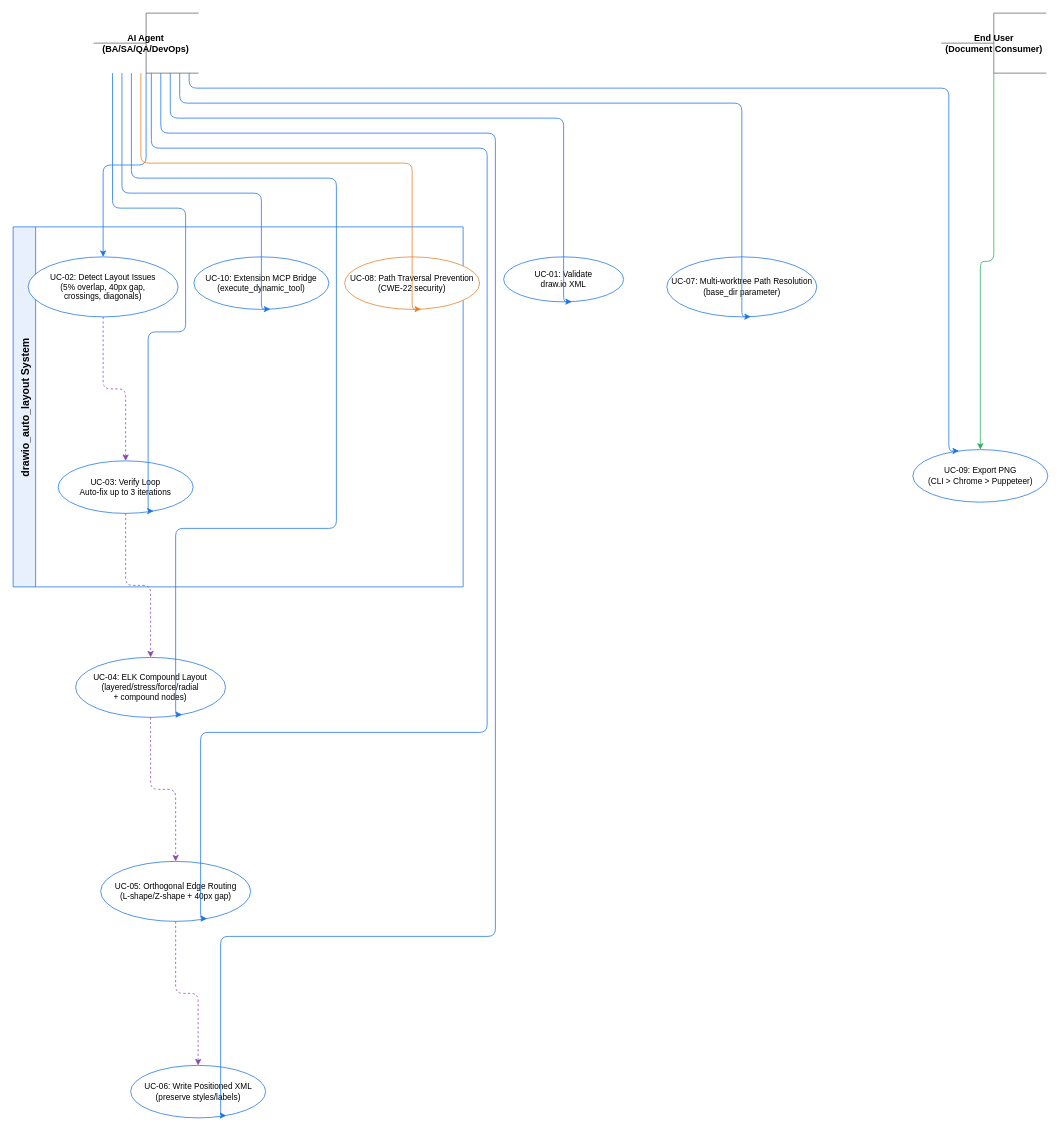
Earlier version of the draw.io diagram documents/SA4E-406/diagrams/use-case.drawio (dnguyenminh/SDLC-Agents-4-Enteprise). Source tidied: cells renumbered, new cells numbered last; positions are measured from the earlier drawing's top-left corner, leaving out a move shared by most shapes. Both pictures are drawn from the tidied source at 75%, with x=0, y=0 at pixel (13, 13).
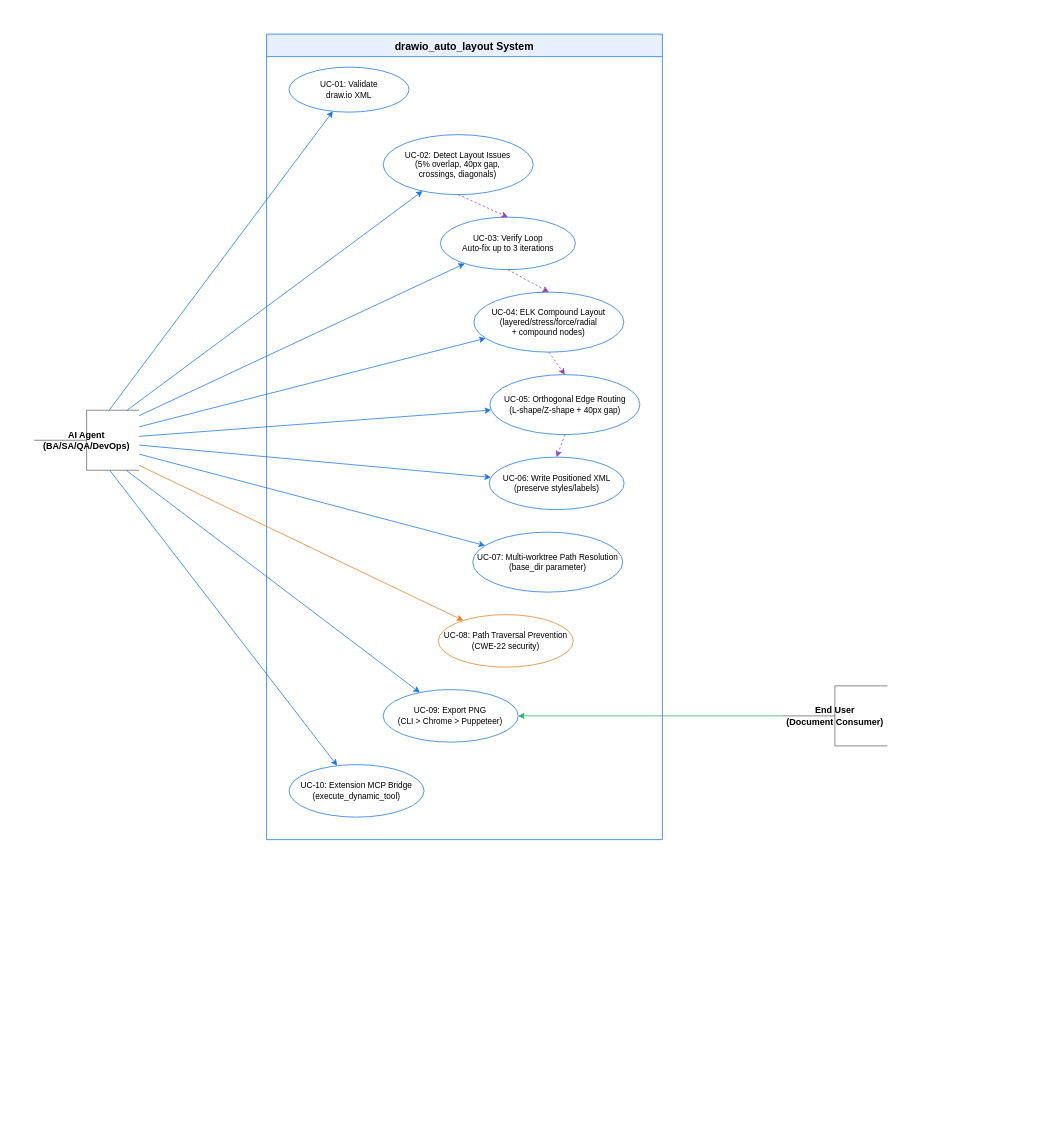
After the change.

Change to the diagram source:
```diff
@@
     <mxCell id="2" value="AI Agent&#10;(BA/SA/QA/DevOps)" style="shape=mxgraph.flowchart.annotation_2;whiteSpace=wrap;html=1;fillColor=#f5f5f5;strokeColor=#666666;fontSize=12;fontStyle=1;" parent="1" vertex="1">
-      <mxGeometry x="107.3" width="140" height="80" as="geometry" />
+      <mxGeometry x="28" y="529.5" width="140" height="80" as="geometry" />
     </mxCell>
     <mxCell id="3" value="End User&#10;(Document Consumer)" style="shape=mxgraph.flowchart.annotation_2;whiteSpace=wrap;html=1;fillColor=#f5f5f5;strokeColor=#666666;fontSize=12;fontStyle=1;" parent="1" vertex="1">
-      <mxGeometry x="1237.6" width="140" height="80" as="geometry" />
+      <mxGeometry x="1025.7" y="897" width="140" height="80" as="geometry" />
     </mxCell>
-    <mxCell id="4" value="drawio_auto_layout System" style="swimlane;startSize=30;horizontal=0;fillColor=#e8f0fe;strokeColor=#1a73e8;fontSize=14;fontStyle=1;" parent="1" vertex="1">
-      <mxGeometry y="285" width="600" height="480" as="geometry" />
+    <mxCell id="4" value="drawio_auto_layout System" style="swimlane;startSize=30;fillColor=#e8f0fe;strokeColor=#1a73e8;fontSize=14;fontStyle=1;" parent="1" vertex="1">
+      <mxGeometry x="337.9" y="28" width="527.8" height="1074" as="geometry" />
     </mxCell>
     <mxCell id="5" value="UC-01: Validate&#10;draw.io XML" style="ellipse;whiteSpace=wrap;html=1;fillColor=#fff;strokeColor=#1a73e8;fontSize=11;" parent="4" vertex="1">
-      <mxGeometry x="654" y="40" width="160" height="60" as="geometry" />
+      <mxGeometry x="30" y="44" width="160" height="60" as="geometry" />
     </mxCell>
     <mxCell id="6" value="UC-02: Detect Layout Issues&#10;(5% overlap, 40px gap,&#10;crossings, diagonals)" style="ellipse;whiteSpace=wrap;html=1;fillColor=#fff;strokeColor=#1a73e8;fontSize=11;" parent="4" vertex="1">
-      <mxGeometry x="20" y="40" width="200" height="80" as="geometry" />
+      <mxGeometry x="155.5" y="134" width="200" height="80" as="geometry" />
     </mxCell>
     <mxCell id="7" value="UC-03: Verify Loop&#10;Auto-fix up to 3 iterations" style="ellipse;whiteSpace=wrap;html=1;fillColor=#fff;strokeColor=#1a73e8;fontSize=11;" parent="4" vertex="1">
-      <mxGeometry x="60" y="312" width="180" height="70" as="geometry" />
+      <mxGeometry x="231.8" y="244" width="180" height="70" as="geometry" />
     </mxCell>
     <mxCell id="8" value="UC-04: ELK Compound Layout&#10;(layered/stress/force/radial&#10;+ compound nodes)" style="ellipse;whiteSpace=wrap;html=1;fillColor=#fff;strokeColor=#1a73e8;fontSize=11;" parent="4" vertex="1">
-      <mxGeometry x="83.3" y="574" width="200" height="80" as="geometry" />
+      <mxGeometry x="276.4" y="344" width="200" height="80" as="geometry" />
     </mxCell>
     <mxCell id="9" value="UC-05: Orthogonal Edge Routing&#10;(L-shape/Z-shape + 40px gap)" style="ellipse;whiteSpace=wrap;html=1;fillColor=#fff;strokeColor=#1a73e8;fontSize=11;" parent="4" vertex="1">
-      <mxGeometry x="116.7" y="846" width="200" height="80" as="geometry" />
+      <mxGeometry x="297.8" y="454" width="200" height="80" as="geometry" />
     </mxCell>
     <mxCell id="10" value="UC-06: Write Positioned XML&#10;(preserve styles/labels)" style="ellipse;whiteSpace=wrap;html=1;fillColor=#fff;strokeColor=#1a73e8;fontSize=11;" parent="4" vertex="1">
-      <mxGeometry x="156.7" y="1118" width="180" height="70" as="geometry" />
+      <mxGeometry x="296.8" y="564" width="180" height="70" as="geometry" />
     </mxCell>
     <mxCell id="11" value="UC-07: Multi-worktree Path Resolution&#10;(base_dir parameter)" style="ellipse;whiteSpace=wrap;html=1;fillColor=#fff;strokeColor=#1a73e8;fontSize=11;" parent="4" vertex="1">
-      <mxGeometry x="871.6" y="40" width="200" height="80" as="geometry" />
+      <mxGeometry x="274.9" y="664" width="200" height="80" as="geometry" />
     </mxCell>
     <mxCell id="12" value="UC-08: Path Traversal Prevention&#10;(CWE-22 security)" style="ellipse;whiteSpace=wrap;html=1;fillColor=#fff;strokeColor=#e67e22;fontSize=11;" parent="4" vertex="1">
-      <mxGeometry x="442" y="40" width="180" height="70" as="geometry" />
+      <mxGeometry x="229" y="774" width="180" height="70" as="geometry" />
     </mxCell>
-    <mxCell id="13" value="UC-09: Export PNG&#10;(CLI &gt; Chrome &gt; Puppeteer)" style="ellipse;whiteSpace=wrap;html=1;fillColor=#fff;strokeColor=#1a73e8;fontSize=11;" parent="4" vertex="1">
-      <mxGeometry x="1199.6" y="297" width="180" height="70" as="geometry" />
+    <mxCell id="13" value="UC-09: Export PNG&#10;(CLI &amp;gt; Chrome &amp;gt; Puppeteer)" style="ellipse;whiteSpace=wrap;html=1;fillColor=#fff;strokeColor=#1a73e8;fontSize=11;" parent="4" vertex="1">
+      <mxGeometry x="155.5" y="874" width="180" height="70" as="geometry" />
     </mxCell>
     <mxCell id="14" value="UC-10: Extension MCP Bridge&#10;(execute_dynamic_tool)" style="ellipse;whiteSpace=wrap;html=1;fillColor=#fff;strokeColor=#1a73e8;fontSize=11;" parent="4" vertex="1">
-      <mxGeometry x="241" y="40" width="180" height="70" as="geometry" />
+      <mxGeometry x="30" y="974" width="180" height="70" as="geometry" />
     </mxCell>
-    <mxCell id="15" style="edgeStyle=orthogonalEdgeStyle;html=1;strokeColor=#1a73e8;exitX=0.73;exitY=1;entryX=0.57;entryY=1;" parent="1" edge="1" source="2" target="5">
-      <mxGeometry relative="1" as="geometry">
-        <Array as="points">
-          <mxPoint x="209.1" y="140" />
-          <mxPoint x="734" y="140" />
-        </Array>
-      </mxGeometry>
+    <mxCell id="15" style="html=1;strokeColor=#1a73e8;edgeStyle=none;" parent="1" edge="1" source="2" target="5">
+      <mxGeometry relative="1" as="geometry" />
     </mxCell>
-    <mxCell id="16" style="edgeStyle=orthogonalEdgeStyle;html=1;strokeColor=#1a73e8;" parent="1" edge="1" source="2" target="6">
+    <mxCell id="16" style="html=1;strokeColor=#1a73e8;edgeStyle=none;" parent="1" edge="1" source="2" target="6">
       <mxGeometry relative="1" as="geometry" />
     </mxCell>
-    <mxCell id="17" style="edgeStyle=orthogonalEdgeStyle;html=1;strokeColor=#1a73e8;exitX=0.18;exitY=1;entryX=0.73;entryY=1;" parent="1" edge="1" source="2" target="7">
-      <mxGeometry relative="1" as="geometry">
-        <Array as="points">
-          <mxPoint x="132.7" y="260" />
-          <mxPoint x="230" y="260" />
-          <mxPoint x="230" y="425" />
-          <mxPoint x="180" y="425" />
-        </Array>
-      </mxGeometry>
+    <mxCell id="17" style="html=1;strokeColor=#1a73e8;edgeStyle=none;" parent="1" edge="1" source="2" target="7">
+      <mxGeometry relative="1" as="geometry" />
     </mxCell>
-    <mxCell id="18" style="edgeStyle=orthogonalEdgeStyle;html=1;strokeColor=#1a73e8;exitX=0.36;exitY=1;entryX=0.73;entryY=1;" parent="1" edge="1" source="2" target="8">
-      <mxGeometry relative="1" as="geometry">
-        <Array as="points">
-          <mxPoint x="158.2" y="220" />
-          <mxPoint x="431" y="220" />
-          <mxPoint x="431" y="687" />
-          <mxPoint x="216.7" y="687" />
-        </Array>
-      </mxGeometry>
+    <mxCell id="18" style="html=1;strokeColor=#1a73e8;edgeStyle=none;" parent="1" edge="1" source="2" target="8">
+      <mxGeometry relative="1" as="geometry" />
     </mxCell>
-    <mxCell id="19" style="edgeStyle=orthogonalEdgeStyle;html=1;strokeColor=#1a73e8;exitX=0.55;exitY=1;entryX=0.73;entryY=1;" parent="1" edge="1" source="2" target="9">
-      <mxGeometry relative="1" as="geometry">
-        <Array as="points">
-          <mxPoint x="183.6" y="180" />
-          <mxPoint x="632" y="180" />
-          <mxPoint x="632" y="959" />
-          <mxPoint x="250" y="959" />
-        </Array>
-      </mxGeometry>
+    <mxCell id="19" style="html=1;strokeColor=#1a73e8;edgeStyle=none;" parent="1" edge="1" source="2" target="9">
+      <mxGeometry relative="1" as="geometry" />
     </mxCell>
-    <mxCell id="20" style="edgeStyle=orthogonalEdgeStyle;html=1;strokeColor=#1a73e8;exitX=0.64;exitY=1;entryX=0.73;entryY=1;" parent="1" edge="1" source="2" target="10">
-      <mxGeometry relative="1" as="geometry">
-        <Array as="points">
-          <mxPoint x="196.4" y="160" />
-          <mxPoint x="643" y="160" />
-          <mxPoint x="643" y="1231" />
-          <mxPoint x="276.7" y="1231" />
-        </Array>
-      </mxGeometry>
+    <mxCell id="20" style="html=1;strokeColor=#1a73e8;edgeStyle=none;" parent="1" edge="1" source="2" target="10">
+      <mxGeometry relative="1" as="geometry" />
     </mxCell>
-    <mxCell id="21" style="edgeStyle=orthogonalEdgeStyle;html=1;strokeColor=#1a73e8;exitX=0.82;exitY=1;entryX=0.56;entryY=1;" parent="1" edge="1" source="2" target="11">
-      <mxGeometry relative="1" as="geometry">
-        <Array as="points">
-          <mxPoint x="221.8" y="120" />
-          <mxPoint x="971.6" y="120" />
-        </Array>
-      </mxGeometry>
+    <mxCell id="21" style="html=1;strokeColor=#1a73e8;edgeStyle=none;" parent="1" edge="1" source="2" target="11">
+      <mxGeometry relative="1" as="geometry" />
     </mxCell>
-    <mxCell id="22" style="edgeStyle=orthogonalEdgeStyle;html=1;strokeColor=#e67e22;exitX=0.45;exitY=1;entryX=0.57;entryY=1;" parent="1" edge="1" source="2" target="12">
-      <mxGeometry relative="1" as="geometry">
-        <Array as="points">
-          <mxPoint x="170.9" y="200" />
-          <mxPoint x="532" y="200" />
-        </Array>
-      </mxGeometry>
+    <mxCell id="22" style="html=1;strokeColor=#e67e22;edgeStyle=none;" parent="1" edge="1" source="2" target="12">
+      <mxGeometry relative="1" as="geometry" />
     </mxCell>
-    <mxCell id="23" style="edgeStyle=orthogonalEdgeStyle;html=1;strokeColor=#1a73e8;exitX=0.91;exitY=1;entryX=0.33;entryY=0;" parent="1" edge="1" source="2" target="13">
-      <mxGeometry relative="1" as="geometry">
-        <Array as="points">
-          <mxPoint x="234.5" y="100" />
-          <mxPoint x="1247.6" y="100" />
-        </Array>
-      </mxGeometry>
+    <mxCell id="23" style="html=1;strokeColor=#1a73e8;edgeStyle=none;" parent="1" edge="1" source="2" target="13">
+      <mxGeometry relative="1" as="geometry" />
     </mxCell>
-    <mxCell id="24" style="edgeStyle=orthogonalEdgeStyle;html=1;strokeColor=#1a73e8;exitX=0.27;exitY=1;entryX=0.57;entryY=1;" parent="1" edge="1" source="2" target="14">
-      <mxGeometry relative="1" as="geometry">
-        <Array as="points">
-          <mxPoint x="145.5" y="240" />
-          <mxPoint x="331" y="240" />
-        </Array>
-      </mxGeometry>
+    <mxCell id="24" style="html=1;strokeColor=#1a73e8;edgeStyle=none;" parent="1" edge="1" source="2" target="14">
+      <mxGeometry relative="1" as="geometry" />
     </mxCell>
-    <mxCell id="25" style="edgeStyle=orthogonalEdgeStyle;html=1;strokeColor=#27ae60;" parent="1" edge="1" source="3" target="13">
+    <mxCell id="25" style="html=1;strokeColor=#27ae60;edgeStyle=none;" parent="1" edge="1" source="3" target="13">
       <mxGeometry relative="1" as="geometry" />
     </mxCell>
-    <mxCell id="26" style="edgeStyle=orthogonalEdgeStyle;html=1;strokeColor=#8e44ad;dashed=1;" parent="1" edge="1" source="6" target="7">
+    <mxCell id="26" style="html=1;strokeColor=#8e44ad;dashed=1;edgeStyle=none;exitX=0.5;exitY=1;exitDx=0;exitDy=0;entryX=0.5;entryY=0;entryDx=0;entryDy=0;" parent="1" edge="1" source="6" target="7">
       <mxGeometry relative="1" as="geometry" />
     </mxCell>
-    <mxCell id="27" style="edgeStyle=orthogonalEdgeStyle;html=1;strokeColor=#8e44ad;dashed=1;" parent="1" edge="1" source="7" target="8">
+    <mxCell id="27" style="html=1;strokeColor=#8e44ad;dashed=1;edgeStyle=none;exitX=0.5;exitY=1;exitDx=0;exitDy=0;entryX=0.5;entryY=0;entryDx=0;entryDy=0;" parent="1" edge="1" source="7" target="8">
       <mxGeometry relative="1" as="geometry" />
     </mxCell>
-    <mxCell id="28" style="edgeStyle=orthogonalEdgeStyle;html=1;strokeColor=#8e44ad;dashed=1;" parent="1" edge="1" source="8" target="9">
+    <mxCell id="28" style="html=1;strokeColor=#8e44ad;dashed=1;edgeStyle=none;exitX=0.5;exitY=1;exitDx=0;exitDy=0;entryX=0.5;entryY=0;entryDx=0;entryDy=0;" parent="1" edge="1" source="8" target="9">
       <mxGeometry relative="1" as="geometry" />
     </mxCell>
-    <mxCell id="29" style="edgeStyle=orthogonalEdgeStyle;html=1;strokeColor=#8e44ad;dashed=1;" parent="1" edge="1" source="9" target="10">
+    <mxCell id="29" style="html=1;strokeColor=#8e44ad;dashed=1;edgeStyle=none;exitX=0.5;exitY=1;exitDx=0;exitDy=0;entryX=0.5;entryY=0;entryDx=0;entryDy=0;" parent="1" edge="1" source="9" target="10">
       <mxGeometry relative="1" as="geometry" />
     </mxCell>
```
